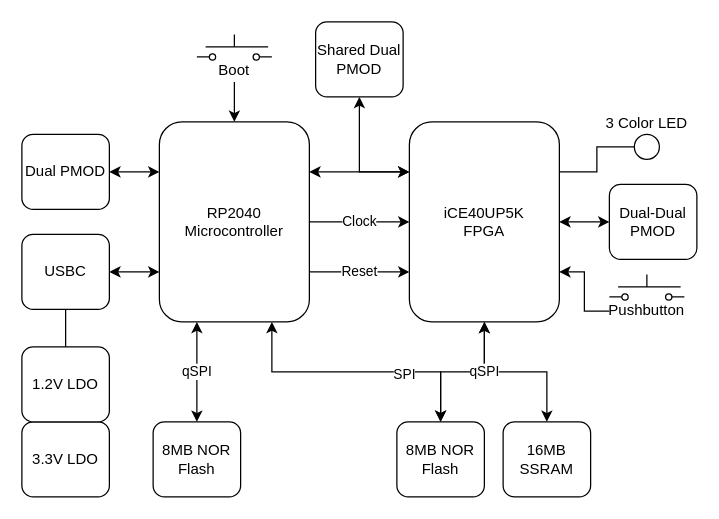
tinyvision-ai-inc/pico-ice keeps this draw.io diagram as Docs/images/pico_ice.drawio. Above is the earlier version. Source tidied: cells renumbered, new cells numbered last; positions are measured from the earlier drawing's top-left corner, leaving out a move shared by most shapes. Both pictures are drawn from the tidied source at 125%, with x=0, y=0 at pixel (21, 21).
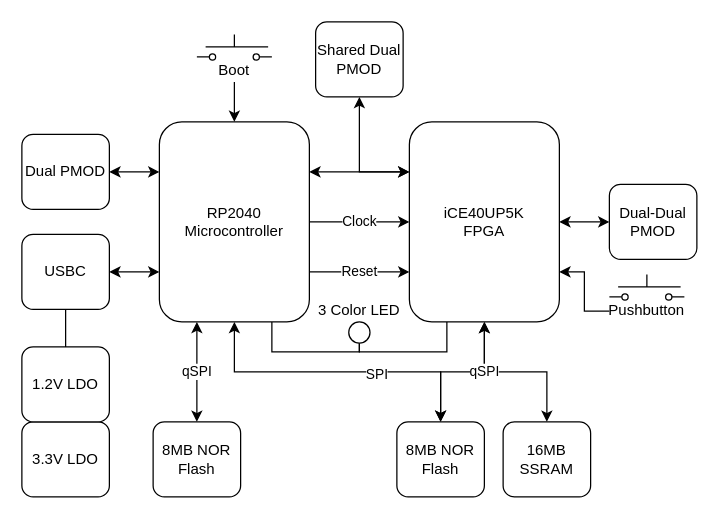
The same page after the edit.

Commit message (it also covers changes not shown here):
Updated 3 color LED connection

The change refers to these unchanged cells:
```xml
<mxCell id="8" value="RP2040&lt;br&gt;Microcontroller" style="rounded=1;whiteSpace=wrap;html=1;" parent="1" vertex="1">
  <mxGeometry x="110" y="80" width="120" height="160" as="geometry" />
</mxCell>
<mxCell id="10" value="iCE40UP5K&lt;br&gt;FPGA" style="rounded=1;whiteSpace=wrap;html=1;" parent="1" vertex="1">
  <mxGeometry x="310" y="80" width="120" height="160" as="geometry" />
</mxCell>
<mxCell id="14" value="8MB NOR Flash" style="rounded=1;whiteSpace=wrap;html=1;" parent="1" vertex="1">
  <mxGeometry x="300" y="320" width="70" height="60" as="geometry" />
</mxCell>
```

Diff of the diagram source:
```diff
@@
-    <mxCell id="4" style="edgeStyle=orthogonalEdgeStyle;rounded=0;jettySize=auto;html=1;exitX=0.75;exitY=1;exitDx=0;exitDy=0;entryX=0.5;entryY=0;entryDx=0;entryDy=0;startArrow=classic;startFill=1;" parent="1" edge="1" source="8" target="14">
+    <mxCell id="4" style="edgeStyle=orthogonalEdgeStyle;rounded=0;jettySize=auto;html=1;exitX=0.5;exitY=1;exitDx=0;exitDy=0;entryX=0.5;entryY=0;entryDx=0;entryDy=0;startArrow=classic;startFill=1;" parent="1" edge="1" source="8" target="14">
       <mxGeometry relative="1" as="geometry" />
     </mxCell>
@@
+    <mxCell id="48" style="edgeStyle=orthogonalEdgeStyle;rounded=0;jettySize=auto;html=1;exitX=0.75;exitY=1;exitDx=0;exitDy=0;entryX=0.5;entryY=1;entryDx=0;entryDy=0;startArrow=none;startFill=0;endArrow=none;endFill=0;" parent="1" edge="1" source="8" target="36">
+      <mxGeometry relative="1" as="geometry">
+        <Array as="points">
+          <mxPoint x="200" y="264" />
+          <mxPoint x="270" y="264" />
+        </Array>
+      </mxGeometry>
+    </mxCell>
@@
-    <mxCell id="35" style="edgeStyle=orthogonalEdgeStyle;rounded=0;jettySize=auto;html=1;entryX=1;entryY=0.25;entryDx=0;entryDy=0;startArrow=none;startFill=0;endArrow=none;endFill=0;" parent="1" edge="1" source="36" target="10">
-      <mxGeometry relative="1" as="geometry" />
+    <mxCell id="35" style="edgeStyle=orthogonalEdgeStyle;rounded=0;jettySize=auto;html=1;exitX=0.5;exitY=1;exitDx=0;exitDy=0;entryX=0.25;entryY=1;entryDx=0;entryDy=0;startArrow=none;startFill=0;endArrow=none;endFill=0;" parent="1" edge="1" source="36" target="10">
+      <mxGeometry relative="1" as="geometry">
+        <Array as="points">
+          <mxPoint x="270" y="264" />
+          <mxPoint x="340" y="264" />
+        </Array>
+      </mxGeometry>
     </mxCell>
     <mxCell id="36" style="ellipse;whiteSpace=wrap;html=1;" parent="1" vertex="1">
-      <mxGeometry x="490" y="90" width="20" height="20" as="geometry" />
+      <mxGeometry x="261.5" y="240" width="17" height="17" as="geometry" />
     </mxCell>
     <mxCell id="37" value="3 Color LED" style="text;html=1;strokeColor=none;fillColor=none;align=center;verticalAlign=middle;whiteSpace=wrap;rounded=0;fontColor=#000000;" parent="1" vertex="1">
-      <mxGeometry x="465" y="72.5" width="70" height="17.5" as="geometry" />
+      <mxGeometry x="235" y="222.5" width="70" height="17.5" as="geometry" />
     </mxCell>
```
